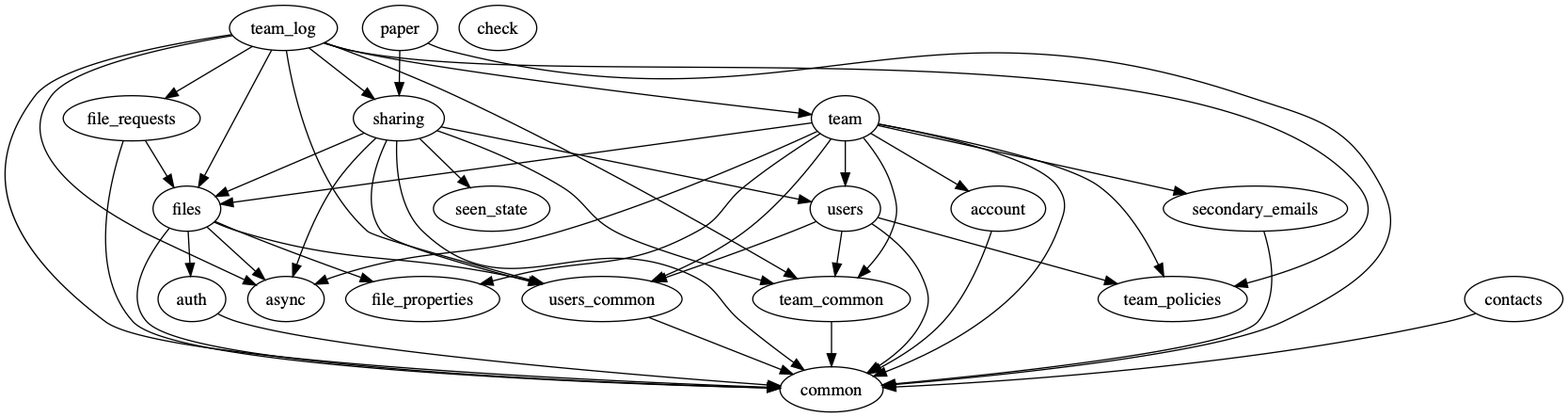
dropbox/dropbox-sdk-rust keeps this Graphviz diagram as namespaces.dot.png. Above is the earlier version. Its source is kept beside it as namespaces.dot.
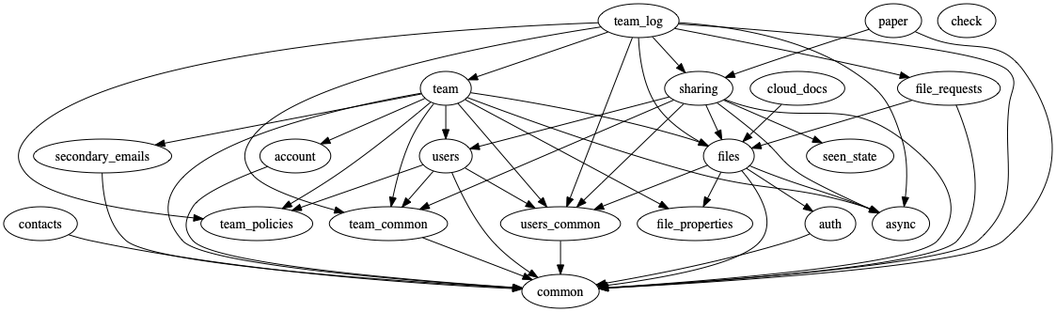
Later version of the same file.

Diff of the diagram source:
```diff
@@ -3,6 +3,7 @@
     async;
     auth -> { common };
     check;
+    cloud_docs -> { files };
     common;
     contacts -> { common };
     file_properties;
```
